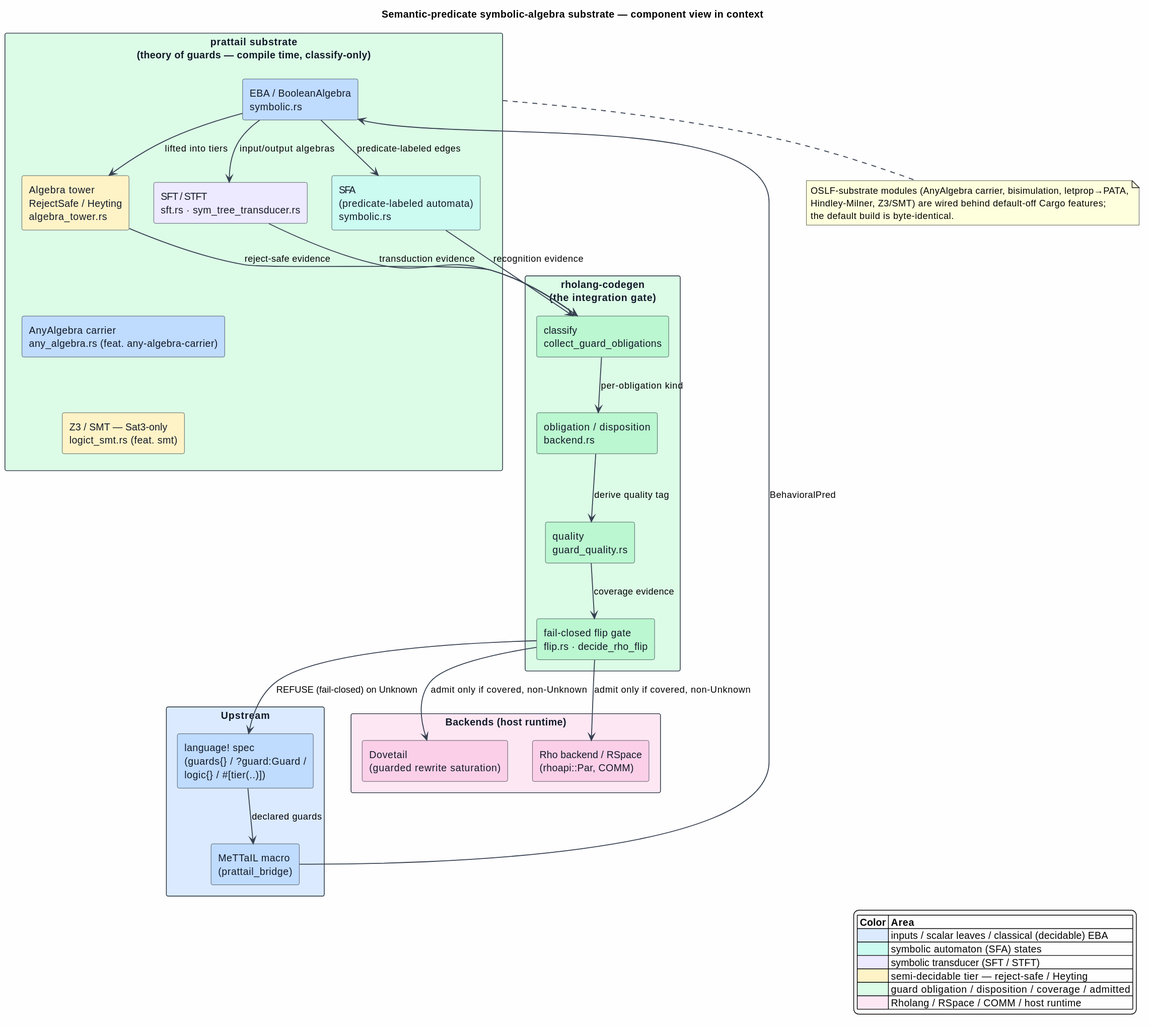
The PlantUML diagram docs/architecture/semantic-predicates/figures/README.svg in F1R3FLY-io/mettail-rust, before a commit.
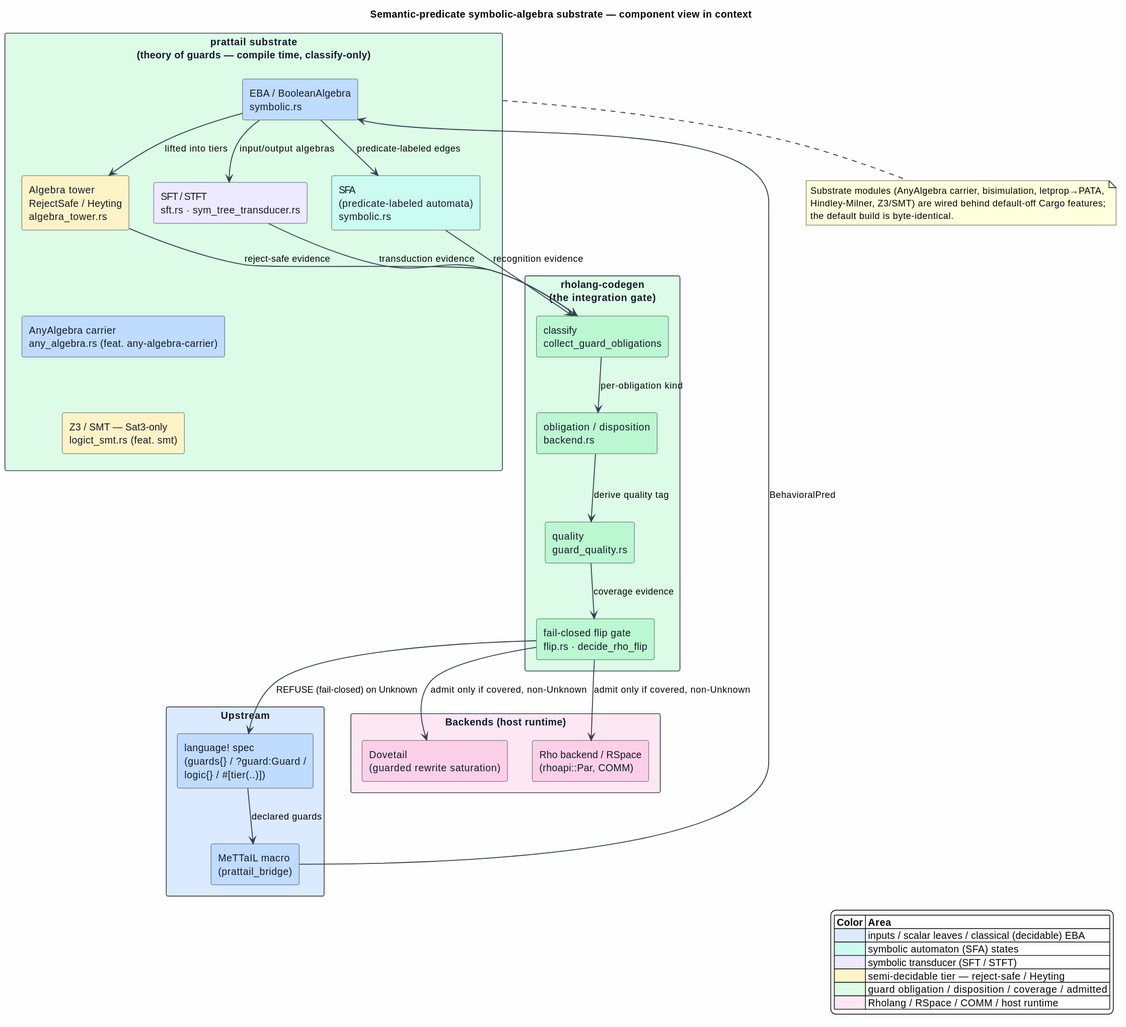
The same file after the commit.

Change to the diagram source:
```diff
@@ -60,7 +60,7 @@
 Carrier -[hidden]down- Z3
 
 note bottom of Sub
-  OSLF-substrate modules (AnyAlgebra carrier, bisimulation, letprop→PATA,
+  Substrate modules (AnyAlgebra carrier, bisimulation, letprop→PATA,
   Hindley-Milner, Z3/SMT) are wired behind default-off Cargo features;
   the default build is byte-identical.
 end note
```
